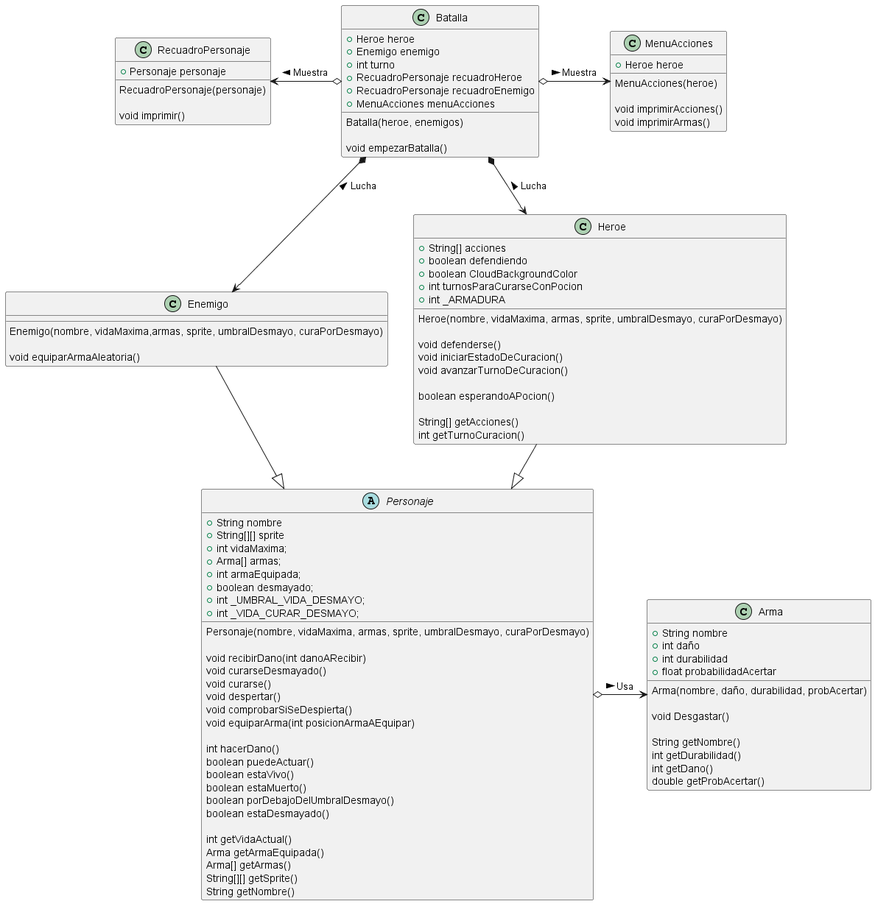
This is out/Grupo1/MDominio/ClasesCompleto/ClasesCompleto.png from mmasias/IdSw2-22-23, a PlantUML export, as it was before one commit.
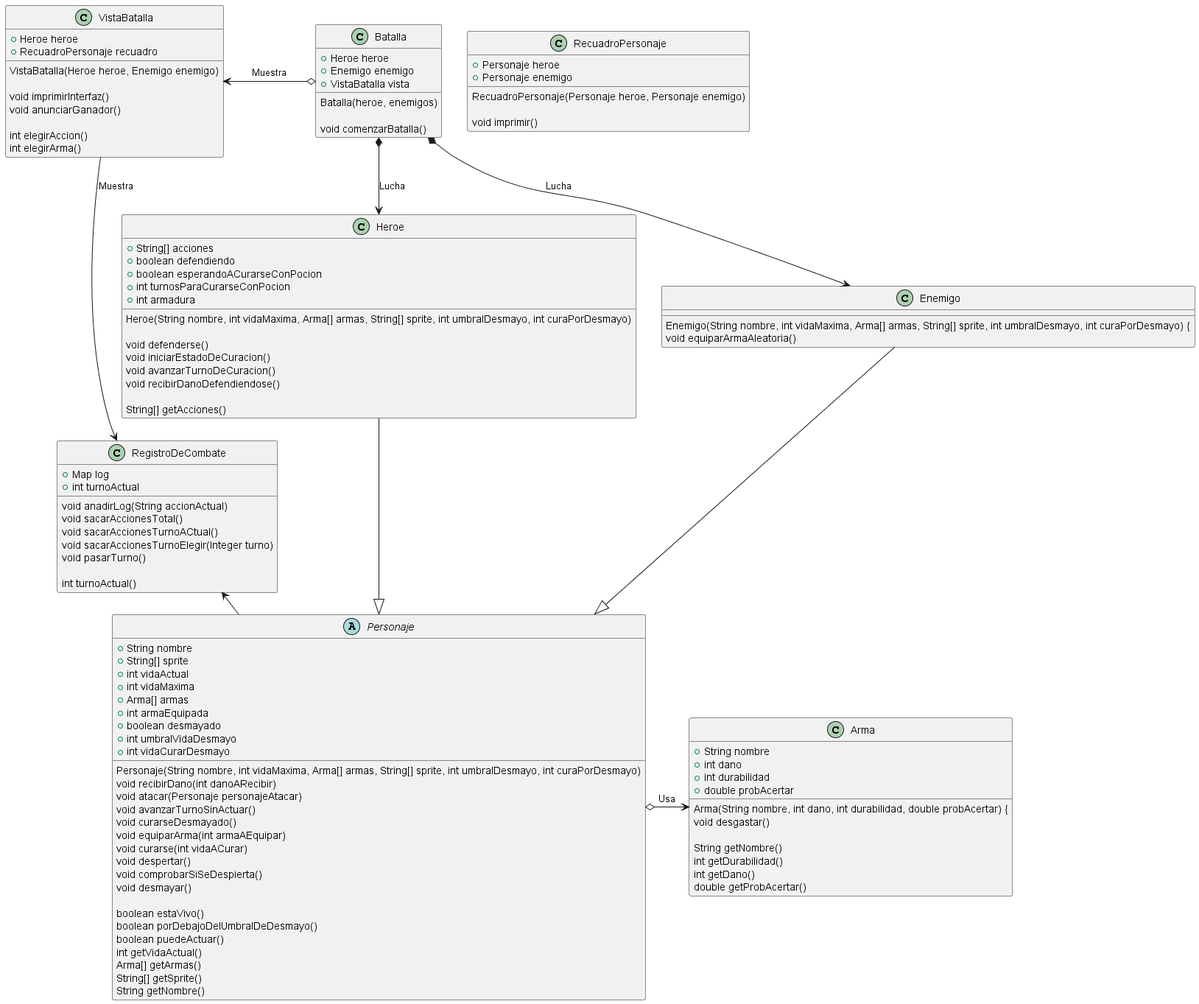
The same file after the commit.

Change to the diagram source:
```diff
@@ -3,58 +3,84 @@
 class Batalla{
     +Heroe heroe
     +Enemigo enemigo
-    +int turno
-    +RecuadroPersonaje recuadroHeroe
-    +RecuadroPersonaje recuadroEnemigo
-    +MenuAcciones menuAcciones
+    +VistaBatalla vista
 
     Batalla(heroe, enemigos)
 
-    void empezarBatalla()
+    void comenzarBatalla()
 }
 
 abstract Personaje{
+
     +String nombre
-    +String[][] sprite
-    +int vidaMaxima;
-    +Arma[] armas;
-    +int armaEquipada;
-    +boolean desmayado;
-    +int _UMBRAL_VIDA_DESMAYO;
-    +int _VIDA_CURAR_DESMAYO;
+    +String[] sprite
+    +int vidaActual
+    +int vidaMaxima
+    +Arma[] armas
+    +int armaEquipada
+    +boolean desmayado
+    +int umbralVidaDesmayo
+    +int vidaCurarDesmayo
 
-    Personaje(nombre, vidaMaxima, armas, sprite, umbralDesmayo, curaPorDesmayo)
+    Personaje(String nombre, int vidaMaxima, Arma[] armas, String[] sprite, int umbralDesmayo, int curaPorDesmayo)
 
     void recibirDano(int danoARecibir)
+    void atacar(Personaje personajeAtacar)
+    void avanzarTurnoSinActuar()
     void curarseDesmayado()
-    void curarse()
+    void equiparArma(int armaAEquipar)
+    void curarse(int vidaACurar)
     void despertar()
     void comprobarSiSeDespierta()
-    void equiparArma(int posicionArmaAEquipar)
+    void desmayar()
 
-    int hacerDano()
+    boolean estaVivo()
+    boolean porDebajoDelUmbralDeDesmayo()
     boolean puedeActuar()
-    boolean estaVivo()
-    boolean estaMuerto()
-    boolean porDebajoDelUmbralDesmayo()
-    boolean estaDesmayado()
 
     int getVidaActual()
-    Arma getArmaEquipada()
     Arma[] getArmas()
-    String[][] getSprite()
+    String[] getSprite()
     String getNombre()
+
+}
+
+class RecuadroPersonaje {
+
+    +Personaje heroe
+    +Personaje enemigo
+
+    RecuadroPersonaje(Personaje heroe, Personaje enemigo)
+
+    void imprimir()
+
+}
+
+class VistaBatalla {
+
+    +Heroe heroe
+    +RecuadroPersonaje recuadro
+
+    VistaBatalla(Heroe heroe, Enemigo enemigo)
+
+    void imprimirInterfaz()
+    void anunciarGanador()
+
+    int elegirAccion()
+    int elegirArma()
+
 }
 
 class Arma {
     +String nombre
-    +int daño
+    +int dano
     +int durabilidad
-    +float probabilidadAcertar
+    +double probAcertar
 
-    Arma(nombre, daño, durabilidad, probAcertar)
+    Arma(String nombre, int dano, int durabilidad, double probAcertar) {
 
-    void Desgastar()
+
+    void desgastar()
 
     String getNombre()
     int getDurabilidad()
@@ -64,7 +90,7 @@
 
 
 class Enemigo{
-    Enemigo(nombre, vidaMaxima,armas, sprite, umbralDesmayo, curaPorDesmayo)
+    Enemigo(String nombre, int vidaMaxima, Arma[] armas, String[] sprite, int umbralDesmayo, int curaPorDesmayo) {
 
     void equiparArmaAleatoria()
 }
@@ -72,52 +98,45 @@
 class Heroe{
     +String[] acciones
     +boolean defendiendo
-    +boolean CloudBackgroundColor
+    +boolean esperandoACurarseConPocion
     +int turnosParaCurarseConPocion
-    +int _ARMADURA
+    +int armadura
 
-    Heroe(nombre, vidaMaxima, armas, sprite, umbralDesmayo, curaPorDesmayo)
+    Heroe(String nombre, int vidaMaxima, Arma[] armas, String[] sprite, int umbralDesmayo, int curaPorDesmayo)
 
     void defenderse()
     void iniciarEstadoDeCuracion()
     void avanzarTurnoDeCuracion()
-
-    boolean esperandoAPocion()
+    void recibirDanoDefendiendose()
 
     String[] getAcciones()
-    int getTurnoCuracion()
 }
 
-class RecuadroPersonaje {
-    +Personaje personaje
+class RegistroDeCombate {
 
-    RecuadroPersonaje(personaje)
+    +Map log
+    +int turnoActual
 
-    void imprimir()
+    void anadirLog(String accionActual)
+    void sacarAccionesTotal()
+    void sacarAccionesTurnoACtual()
+    void sacarAccionesTurnoElegir(Integer turno)
+    void pasarTurno()
+
+    int turnoActual()
 }
 
-class MenuAcciones {
-    +Heroe heroe
-
-    MenuAcciones(heroe)
-
-   void imprimirAcciones()
-   void imprimirArmas()
-
-}
-
-
-Batalla o-l-> RecuadroPersonaje : Muestra >
-Batalla o-r-> MenuAcciones : Muestra >
+Batalla o-l-> VistaBatalla : Muestra
 
 Personaje <|-u- Heroe
 Personaje <|-u- Enemigo
 
-Batalla *-d-> Heroe : Lucha <
-Batalla *-d-> Enemigo : Lucha <
+Batalla *-d-> Heroe : Lucha
+Batalla *-d-> Enemigo : Lucha
 
-Personaje o-r-> Arma : Usa >
+Personaje o-r-> Arma : Usa
 
-
+Personaje -l-> RegistroDeCombate : Registra acciones
+VistaBatalla --> RegistroDeCombate : Muestra
 
 @enduml
```
